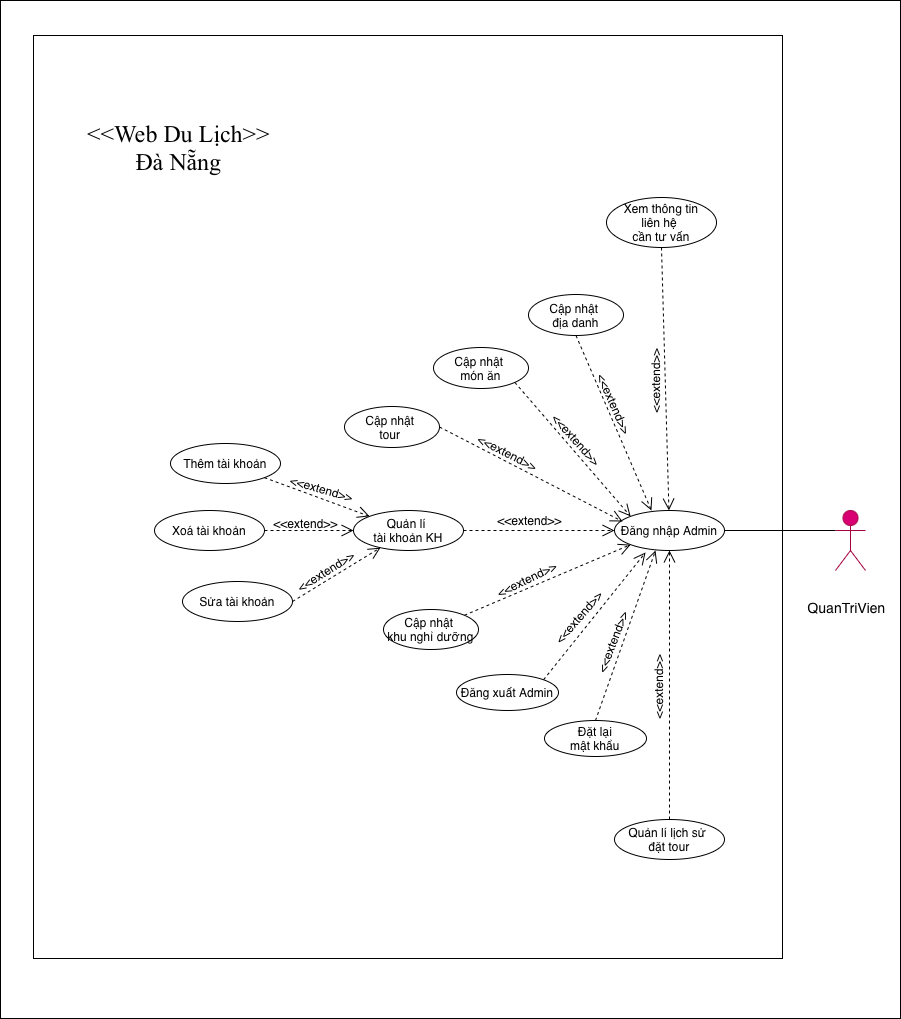
MinhCaoPC/DOAN keeps this draw.io diagram as USE CASE DIAGRAM_ADMIN.drawio.png. Above is the earlier version. Source tidied: cells renumbered, new cells last; positions are measured from the earlier drawing's top-left corner, leaving out a move shared by most shapes.
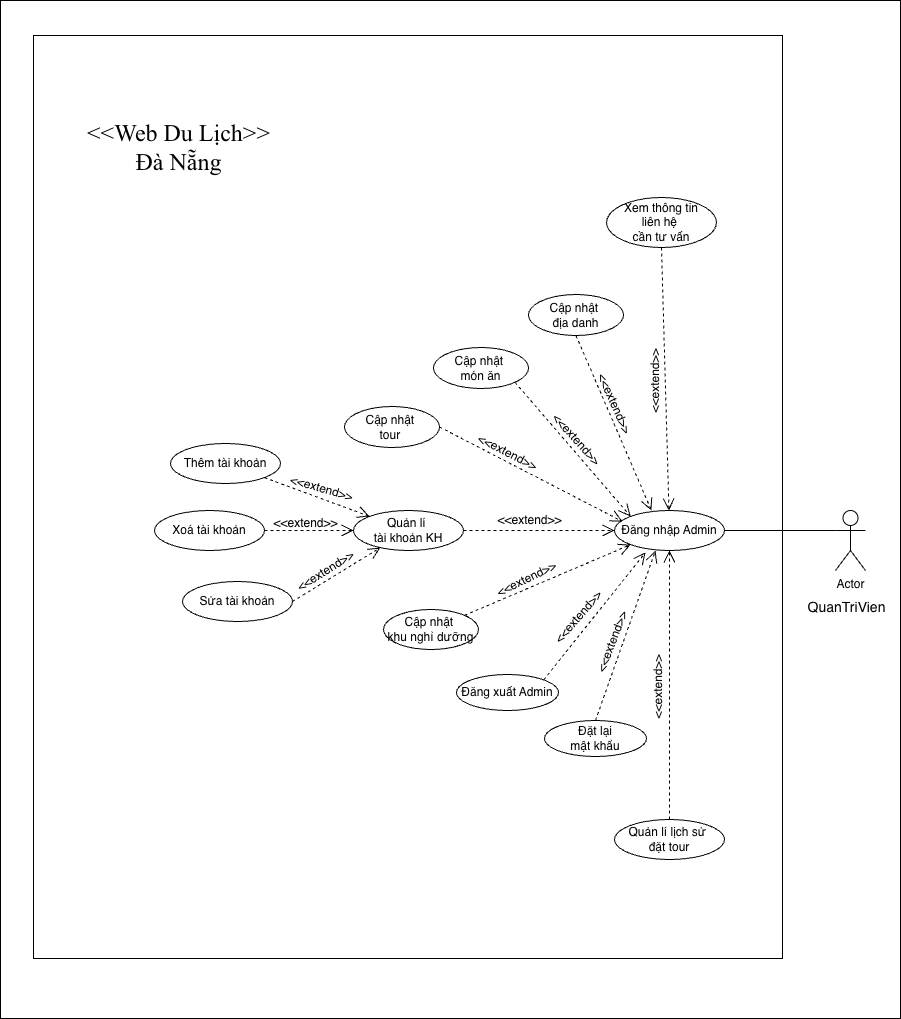
The same file after the commit.

Diff of the diagram source:
```diff
@@ -23,7 +23,7 @@
         <mxPoint x="199" y="459" as="targetPoint" />
       </mxGeometry>
     </mxCell>
-    <mxCell id="7" value="Actor" style="shape=umlActor;verticalLabelPosition=bottom;verticalAlign=top;html=1;outlineConnect=0;fillColor=#d80073;strokeColor=#A50040;fontColor=#ffffff;direction=east;" parent="1" vertex="1">
+    <mxCell id="7" value="Actor" style="shape=umlActor;verticalLabelPosition=bottom;verticalAlign=top;html=1;outlineConnect=0;direction=east;" parent="1" vertex="1">
       <mxGeometry x="835" y="510" width="30" height="60" as="geometry" />
     </mxCell>
     <mxCell id="8" style="rounded=0;jettySize=auto;html=1;exitX=0.5;exitY=1;exitDx=0;exitDy=0;endArrow=open;endFill=0;dashed=1;endSize=10;" parent="1" edge="1" source="9" target="14">
```
